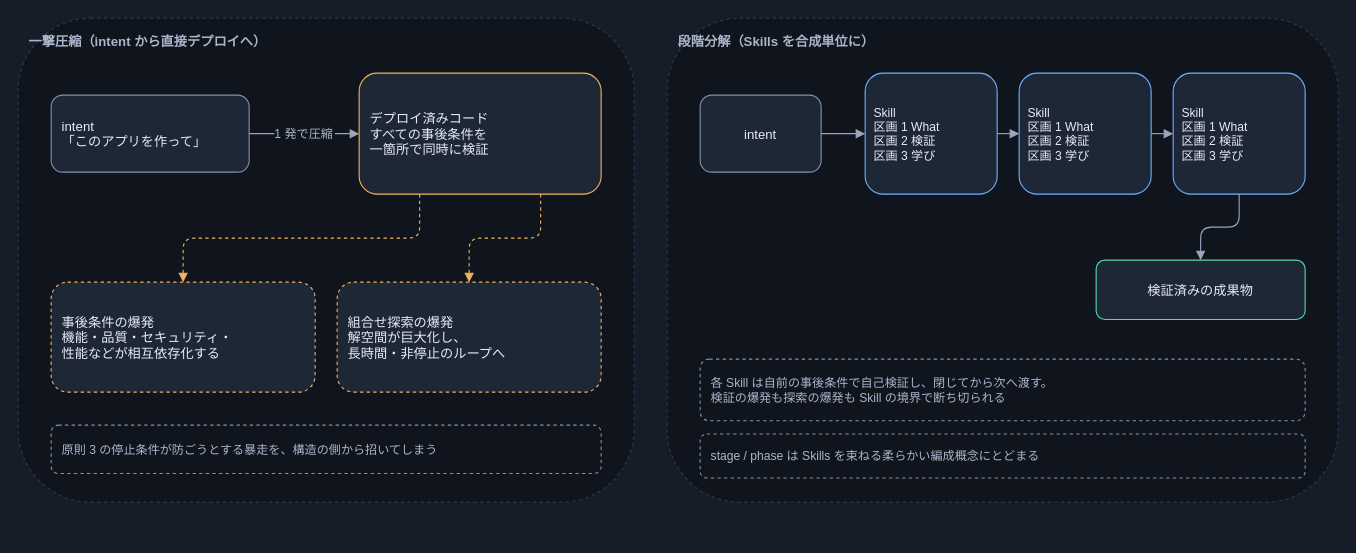
Earlier version of the draw.io diagram docs/diagrams/spec-decomposition.drawio (mazyu36/aidlc-workflows-note). Source tidied: cells renumbered, new cells numbered last; positions are measured from the earlier drawing's top-left corner, leaving out a move shared by most shapes. Both pictures are drawn from the tidied source at 110%, with x=0, y=0 at pixel (18, 18).
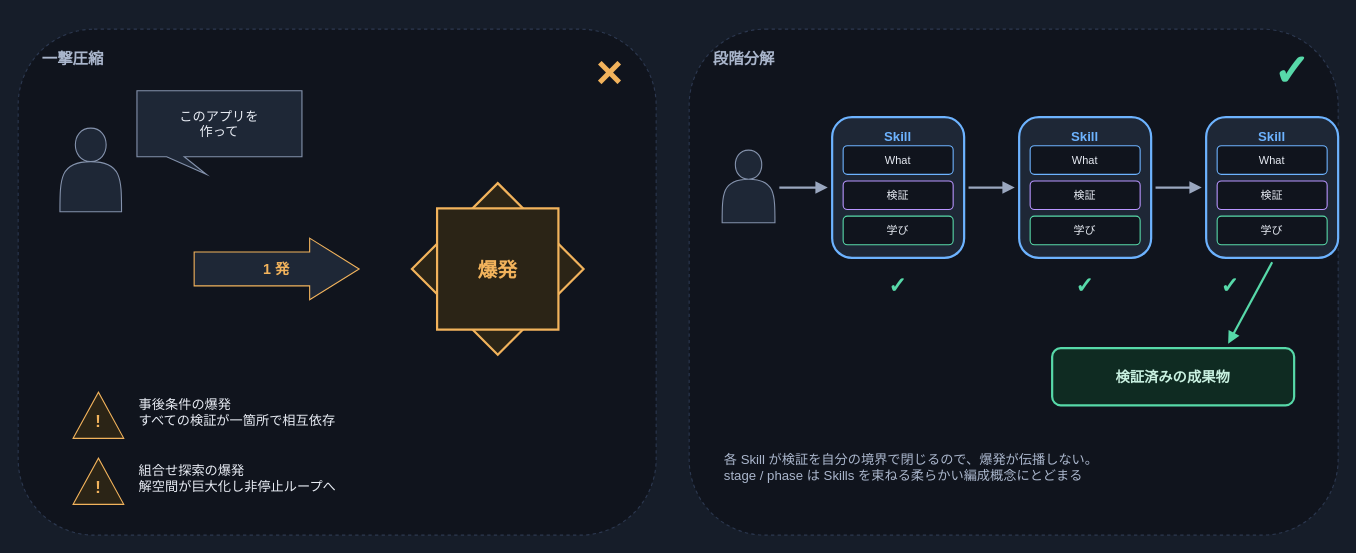
The same diagram, later.

Commit message (it also covers changes not shown here):
Redesign spec diagrams as slide-style pictograms

Change to the diagram source:
```diff
@@
-    <mxCell id="2" value="一撃圧縮（intent から直接デプロイへ）" style="rounded=1;html=0;fillColor=#10141d;strokeColor=#2c3850;dashed=1;verticalAlign=top;align=left;spacing=10;fontColor=#aab6cc;fontSize=12;fontStyle=1;" parent="1" vertex="1">
-      <mxGeometry width="560" height="440" as="geometry" />
+    <mxCell id="2" style="rounded=1;html=0;fillColor=#10141d;strokeColor=#2c3850;dashed=1;" parent="1" vertex="1">
+      <mxGeometry y="10" width="580" height="460" as="geometry" />
     </mxCell>
-    <mxCell id="3" value="intent&#10;「このアプリを作って」" style="rounded=1;html=0;fillColor=#1e2736;strokeColor=#8492ac;fontColor=#e8ecf4;fontSize=12;align=left;spacing=10;verticalAlign=middle;" parent="1" vertex="1">
-      <mxGeometry x="30" y="70" width="180" height="70" as="geometry" />
-    </mxCell>
-    <mxCell id="4" value="デプロイ済みコード&#10;すべての事後条件を&#10;一箇所で同時に検証" style="rounded=1;html=0;fillColor=#1e2736;strokeColor=#f2b35c;fontColor=#e8ecf4;fontSize=12;align=left;spacing=10;verticalAlign=middle;" parent="1" vertex="1">
-      <mxGeometry x="310" y="50" width="220" height="110" as="geometry" />
-    </mxCell>
-    <mxCell id="5" value="事後条件の爆発&#10;機能・品質・セキュリティ・&#10;性能などが相互依存化する" style="rounded=1;html=0;fillColor=#1e2736;strokeColor=#f2b35c;dashed=1;fontColor=#e8ecf4;fontSize=12;align=left;spacing=10;verticalAlign=middle;" parent="1" vertex="1">
-      <mxGeometry x="30" y="240" width="240" height="100" as="geometry" />
-    </mxCell>
-    <mxCell id="6" value="組合せ探索の爆発&#10;解空間が巨大化し、&#10;長時間・非停止のループへ" style="rounded=1;html=0;fillColor=#1e2736;strokeColor=#f2b35c;dashed=1;fontColor=#e8ecf4;fontSize=12;align=left;spacing=10;verticalAlign=middle;" parent="1" vertex="1">
-      <mxGeometry x="290" y="240" width="240" height="100" as="geometry" />
-    </mxCell>
-    <mxCell id="7" value="原則 3 の停止条件が防ごうとする暴走を、構造の側から招いてしまう" style="rounded=1;html=0;fillColor=#10141d;strokeColor=#8492ac;dashed=1;fontColor=#aab6cc;fontSize=11;align=left;spacing=10;verticalAlign=middle;" parent="1" vertex="1">
-      <mxGeometry x="30" y="370" width="500" height="44" as="geometry" />
-    </mxCell>
-    <mxCell id="8" value="1 発で圧縮" style="edgeStyle=orthogonalEdgeStyle;html=0;strokeColor=#9aa7bf;fontColor=#aab6cc;fontSize=11;labelBackgroundColor=#10141d;endArrow=block;rounded=1;exitX=1;exitY=0.5;entryX=0;entryY=0.5;" parent="1" edge="1" source="3" target="4">
-      <mxGeometry relative="1" as="geometry" />
-    </mxCell>
-    <mxCell id="9" style="edgeStyle=orthogonalEdgeStyle;html=0;strokeColor=#f2b35c;dashed=1;endArrow=block;rounded=1;exitX=0.25;exitY=1;entryX=0.5;entryY=0;" parent="1" edge="1" source="4" target="5">
-      <mxGeometry relative="1" as="geometry">
-        <Array as="points">
-          <mxPoint x="150" y="200" />
-        </Array>
-      </mxGeometry>
-    </mxCell>
-    <mxCell id="10" style="edgeStyle=orthogonalEdgeStyle;html=0;strokeColor=#f2b35c;dashed=1;endArrow=block;rounded=1;exitX=0.75;exitY=1;entryX=0.5;entryY=0;" parent="1" edge="1" source="4" target="6">
-      <mxGeometry relative="1" as="geometry" />
-    </mxCell>
+    <mxCell id="23" value="一撃圧縮" style="text;html=0;align=left;fontColor=#aab6cc;fontSize=14;fontStyle=1;" parent="1" vertex="1">
+      <mxGeometry x="20" y="22" width="160" height="26" as="geometry" />
+    </mxCell>
+    <mxCell id="24" value="×" style="text;html=0;align=center;fontColor=#f2b35c;fontSize=42;fontStyle=1;" parent="1" vertex="1">
+      <mxGeometry x="510" y="16" width="56" height="56" as="geometry" />
+    </mxCell>
+    <mxCell id="25" style="shape=actor;html=0;fillColor=#1e2736;strokeColor=#8492ac;" parent="1" vertex="1">
+      <mxGeometry x="38" y="100" width="56" height="76" as="geometry" />
+    </mxCell>
+    <mxCell id="26" value="このアプリを&#10;作って" style="shape=callout;html=0;fillColor=#1e2736;strokeColor=#8492ac;fontColor=#e8ecf4;fontSize=12;position=0.18;position2=0.42;base=16;size=16;" parent="1" vertex="1">
+      <mxGeometry x="108" y="66" width="150" height="76" as="geometry" />
+    </mxCell>
+    <mxCell id="27" value="1 発" style="shape=singleArrow;html=0;arrowWidth=0.55;arrowSize=0.3;fillColor=#1e2736;strokeColor=#f2b35c;fontColor=#f2b35c;fontSize=13;fontStyle=1;" parent="1" vertex="1">
+      <mxGeometry x="160" y="200" width="150" height="56" as="geometry" />
+    </mxCell>
+    <mxCell id="28" style="rhombus;html=0;fillColor=#2b2416;strokeColor=#f2b35c;strokeWidth=2;" parent="1" vertex="1">
+      <mxGeometry x="358" y="150" width="156" height="156" as="geometry" />
+    </mxCell>
+    <mxCell id="29" style="rhombus;html=0;rotation=45;fillColor=#2b2416;strokeColor=#f2b35c;strokeWidth=2;" parent="1" vertex="1">
+      <mxGeometry x="358" y="150" width="156" height="156" as="geometry" />
+    </mxCell>
+    <mxCell id="30" value="爆発" style="text;html=0;align=center;fontColor=#f2b35c;fontSize=18;fontStyle=1;" parent="1" vertex="1">
+      <mxGeometry x="398" y="212" width="76" height="30" as="geometry" />
+    </mxCell>
+    <mxCell id="31" value="!" style="triangle;direction=north;html=0;fillColor=#2b2416;strokeColor=#f2b35c;fontColor=#f2b35c;fontSize=15;fontStyle=1;verticalAlign=middle;spacingTop=10;" parent="1" vertex="1">
+      <mxGeometry x="50" y="340" width="46" height="42" as="geometry" />
+    </mxCell>
+    <mxCell id="32" value="事後条件の爆発&#10;すべての検証が一箇所で相互依存" style="text;html=0;align=left;fontColor=#e8ecf4;fontSize=12;" parent="1" vertex="1">
+      <mxGeometry x="108" y="338" width="260" height="44" as="geometry" />
+    </mxCell>
+    <mxCell id="33" value="!" style="triangle;direction=north;html=0;fillColor=#2b2416;strokeColor=#f2b35c;fontColor=#f2b35c;fontSize=15;fontStyle=1;verticalAlign=middle;spacingTop=10;" parent="1" vertex="1">
+      <mxGeometry x="50" y="400" width="46" height="42" as="geometry" />
+    </mxCell>
+    <mxCell id="34" value="組合せ探索の爆発&#10;解空間が巨大化し非停止ループへ" style="text;html=0;align=left;fontColor=#e8ecf4;fontSize=12;" parent="1" vertex="1">
+      <mxGeometry x="108" y="398" width="260" height="44" as="geometry" />
+    </mxCell>
-    <mxCell id="11" value="段階分解（Skills を合成単位に）" style="rounded=1;html=0;fillColor=#10141d;strokeColor=#2c3850;dashed=1;verticalAlign=top;align=left;spacing=10;fontColor=#aab6cc;fontSize=12;fontStyle=1;" parent="1" vertex="1">
-      <mxGeometry x="590" width="610" height="440" as="geometry" />
+    <mxCell id="11" style="rounded=1;html=0;fillColor=#10141d;strokeColor=#2c3850;dashed=1;" parent="1" vertex="1">
+      <mxGeometry x="610" y="10" width="590" height="460" as="geometry" />
     </mxCell>
-    <mxCell id="12" value="intent" style="rounded=1;html=0;fillColor=#1e2736;strokeColor=#8492ac;fontColor=#e8ecf4;fontSize=12;verticalAlign=middle;" parent="1" vertex="1">
-      <mxGeometry x="620" y="70" width="110" height="70" as="geometry" />
-    </mxCell>
-    <mxCell id="13" value="Skill&#10;区画 1 What&#10;区画 2 検証&#10;区画 3 学び" style="rounded=1;html=0;fillColor=#1e2736;strokeColor=#6db3ff;fontColor=#e8ecf4;fontSize=11;align=left;spacing=8;verticalAlign=middle;" parent="1" vertex="1">
-      <mxGeometry x="770" y="50" width="120" height="110" as="geometry" />
-    </mxCell>
-    <mxCell id="14" value="Skill&#10;区画 1 What&#10;区画 2 検証&#10;区画 3 学び" style="rounded=1;html=0;fillColor=#1e2736;strokeColor=#6db3ff;fontColor=#e8ecf4;fontSize=11;align=left;spacing=8;verticalAlign=middle;" parent="1" vertex="1">
-      <mxGeometry x="910" y="50" width="120" height="110" as="geometry" />
-    </mxCell>
-    <mxCell id="15" value="Skill&#10;区画 1 What&#10;区画 2 検証&#10;区画 3 学び" style="rounded=1;html=0;fillColor=#1e2736;strokeColor=#6db3ff;fontColor=#e8ecf4;fontSize=11;align=left;spacing=8;verticalAlign=middle;" parent="1" vertex="1">
-      <mxGeometry x="1050" y="50" width="120" height="110" as="geometry" />
-    </mxCell>
+    <mxCell id="35" value="段階分解" style="text;html=0;align=left;fontColor=#aab6cc;fontSize=14;fontStyle=1;" parent="1" vertex="1">
+      <mxGeometry x="630" y="22" width="160" height="26" as="geometry" />
+    </mxCell>
+    <mxCell id="36" value="✓" style="text;html=0;align=center;fontColor=#57d9a9;fontSize=40;fontStyle=1;" parent="1" vertex="1">
+      <mxGeometry x="1130" y="16" width="56" height="56" as="geometry" />
+    </mxCell>
+    <mxCell id="37" style="shape=actor;html=0;fillColor=#1e2736;strokeColor=#8492ac;" parent="1" vertex="1">
+      <mxGeometry x="640" y="120" width="48" height="66" as="geometry" />
+    </mxCell>
+    <mxCell id="38" style="rounded=1;html=0;fillColor=#1e2736;strokeColor=#6db3ff;strokeWidth=2;" parent="1" vertex="1">
+      <mxGeometry x="740" y="90" width="120" height="128" as="geometry" />
+    </mxCell>
+    <mxCell id="39" value="Skill" style="text;html=0;align=center;fontColor=#6db3ff;fontSize=12;fontStyle=1;" parent="1" vertex="1">
+      <mxGeometry x="740" y="94" width="120" height="16" as="geometry" />
+    </mxCell>
+    <mxCell id="40" value="What" style="rounded=1;html=0;fillColor=#10141d;strokeColor=#6db3ff;fontColor=#e8ecf4;fontSize=10;" parent="1" vertex="1">
+      <mxGeometry x="750" y="116" width="100" height="26" as="geometry" />
+    </mxCell>
+    <mxCell id="41" value="検証" style="rounded=1;html=0;fillColor=#10141d;strokeColor=#b895ff;fontColor=#e8ecf4;fontSize=10;" parent="1" vertex="1">
+      <mxGeometry x="750" y="148" width="100" height="26" as="geometry" />
+    </mxCell>
+    <mxCell id="42" value="学び" style="rounded=1;html=0;fillColor=#10141d;strokeColor=#57d9a9;fontColor=#e8ecf4;fontSize=10;" parent="1" vertex="1">
+      <mxGeometry x="750" y="180" width="100" height="26" as="geometry" />
+    </mxCell>
+    <mxCell id="43" value="✓" style="text;html=0;align=center;fontColor=#57d9a9;fontSize=20;fontStyle=1;" parent="1" vertex="1">
+      <mxGeometry x="786" y="224" width="28" height="26" as="geometry" />
+    </mxCell>
+    <mxCell id="44" style="rounded=1;html=0;fillColor=#1e2736;strokeColor=#6db3ff;strokeWidth=2;" parent="1" vertex="1">
+      <mxGeometry x="910" y="90" width="120" height="128" as="geometry" />
+    </mxCell>
+    <mxCell id="45" value="Skill" style="text;html=0;align=center;fontColor=#6db3ff;fontSize=12;fontStyle=1;" parent="1" vertex="1">
+      <mxGeometry x="910" y="94" width="120" height="16" as="geometry" />
+    </mxCell>
+    <mxCell id="46" value="What" style="rounded=1;html=0;fillColor=#10141d;strokeColor=#6db3ff;fontColor=#e8ecf4;fontSize=10;" parent="1" vertex="1">
+      <mxGeometry x="920" y="116" width="100" height="26" as="geometry" />
+    </mxCell>
+    <mxCell id="47" value="検証" style="rounded=1;html=0;fillColor=#10141d;strokeColor=#b895ff;fontColor=#e8ecf4;fontSize=10;" parent="1" vertex="1">
+      <mxGeometry x="920" y="148" width="100" height="26" as="geometry" />
+    </mxCell>
+    <mxCell id="48" value="学び" style="rounded=1;html=0;fillColor=#10141d;strokeColor=#57d9a9;fontColor=#e8ecf4;fontSize=10;" parent="1" vertex="1">
+      <mxGeometry x="920" y="180" width="100" height="26" as="geometry" />
+    </mxCell>
+    <mxCell id="49" value="✓" style="text;html=0;align=center;fontColor=#57d9a9;fontSize=20;fontStyle=1;" parent="1" vertex="1">
+      <mxGeometry x="956" y="224" width="28" height="26" as="geometry" />
+    </mxCell>
+    <mxCell id="50" style="rounded=1;html=0;fillColor=#1e2736;strokeColor=#6db3ff;strokeWidth=2;" parent="1" vertex="1">
+      <mxGeometry x="1080" y="90" width="120" height="128" as="geometry" />
+    </mxCell>
+    <mxCell id="51" value="Skill" style="text;html=0;align=center;fontColor=#6db3ff;fontSize=12;fontStyle=1;" parent="1" vertex="1">
+      <mxGeometry x="1080" y="94" width="120" height="16" as="geometry" />
+    </mxCell>
+    <mxCell id="52" value="What" style="rounded=1;html=0;fillColor=#10141d;strokeColor=#6db3ff;fontColor=#e8ecf4;fontSize=10;" parent="1" vertex="1">
+      <mxGeometry x="1090" y="116" width="100" height="26" as="geometry" />
+    </mxCell>
+    <mxCell id="53" value="検証" style="rounded=1;html=0;fillColor=#10141d;strokeColor=#b895ff;fontColor=#e8ecf4;fontSize=10;" parent="1" vertex="1">
+      <mxGeometry x="1090" y="148" width="100" height="26" as="geometry" />
+    </mxCell>
+    <mxCell id="54" value="学び" style="rounded=1;html=0;fillColor=#10141d;strokeColor=#57d9a9;fontColor=#e8ecf4;fontSize=10;" parent="1" vertex="1">
+      <mxGeometry x="1090" y="180" width="100" height="26" as="geometry" />
+    </mxCell>
+    <mxCell id="55" value="✓" style="text;html=0;align=center;fontColor=#57d9a9;fontSize=20;fontStyle=1;" parent="1" vertex="1">
+      <mxGeometry x="1088" y="224" width="28" height="26" as="geometry" />
+    </mxCell>
+    <mxCell id="56" style="html=0;strokeColor=#9aa7bf;strokeWidth=2;endArrow=block;" parent="1" edge="1">
+      <mxGeometry relative="1" as="geometry">
+        <mxPoint x="692" y="154" as="sourcePoint" />
+        <mxPoint x="736" y="154" as="targetPoint" />
+      </mxGeometry>
+    </mxCell>
+    <mxCell id="57" style="html=0;strokeColor=#9aa7bf;strokeWidth=2;endArrow=block;" parent="1" edge="1">
+      <mxGeometry relative="1" as="geometry">
+        <mxPoint x="864" y="154" as="sourcePoint" />
+        <mxPoint x="906" y="154" as="targetPoint" />
+      </mxGeometry>
+    </mxCell>
+    <mxCell id="58" style="html=0;strokeColor=#9aa7bf;strokeWidth=2;endArrow=block;" parent="1" edge="1">
+      <mxGeometry relative="1" as="geometry">
+        <mxPoint x="1034" y="154" as="sourcePoint" />
+        <mxPoint x="1076" y="154" as="targetPoint" />
+      </mxGeometry>
+    </mxCell>
-    <mxCell id="16" value="検証済みの成果物" style="rounded=1;html=0;fillColor=#1e2736;strokeColor=#57d9a9;fontColor=#e8ecf4;fontSize=12;verticalAlign=middle;" parent="1" vertex="1">
-      <mxGeometry x="980" y="220" width="190" height="54" as="geometry" />
+    <mxCell id="16" value="検証済みの成果物" style="rounded=1;html=0;fillColor=#0f2b22;strokeColor=#57d9a9;strokeWidth=2;fontColor=#c8f0e0;fontSize=13;fontStyle=1;" parent="1" vertex="1">
+      <mxGeometry x="940" y="300" width="220" height="52" as="geometry" />
     </mxCell>
-    <mxCell id="17" value="各 Skill は自前の事後条件で自己検証し、閉じてから次へ渡す。&#10;検証の爆発も探索の爆発も Skill の境界で断ち切られる" style="rounded=1;html=0;fillColor=#10141d;strokeColor=#8492ac;dashed=1;fontColor=#aab6cc;fontSize=11;align=left;spacing=10;verticalAlign=middle;" parent="1" vertex="1">
-      <mxGeometry x="620" y="310" width="550" height="56" as="geometry" />
-    </mxCell>
-    <mxCell id="18" value="stage / phase は Skills を束ねる柔らかい編成概念にとどまる" style="rounded=1;html=0;fillColor=#10141d;strokeColor=#8492ac;dashed=1;fontColor=#aab6cc;fontSize=11;align=left;spacing=10;verticalAlign=middle;" parent="1" vertex="1">
-      <mxGeometry x="620" y="378" width="550" height="40" as="geometry" />
-    </mxCell>
-    <mxCell id="19" style="edgeStyle=orthogonalEdgeStyle;html=0;strokeColor=#9aa7bf;endArrow=block;rounded=1;exitX=1;exitY=0.5;entryX=0;entryY=0.5;" parent="1" edge="1" source="12" target="13">
-      <mxGeometry relative="1" as="geometry" />
-    </mxCell>
-    <mxCell id="20" style="edgeStyle=orthogonalEdgeStyle;html=0;strokeColor=#9aa7bf;endArrow=block;rounded=1;exitX=1;exitY=0.5;entryX=0;entryY=0.5;" parent="1" edge="1" source="13" target="14">
-      <mxGeometry relative="1" as="geometry" />
-    </mxCell>
-    <mxCell id="21" style="edgeStyle=orthogonalEdgeStyle;html=0;strokeColor=#9aa7bf;endArrow=block;rounded=1;exitX=1;exitY=0.5;entryX=0;entryY=0.5;" parent="1" edge="1" source="14" target="15">
-      <mxGeometry relative="1" as="geometry" />
-    </mxCell>
-    <mxCell id="22" style="edgeStyle=orthogonalEdgeStyle;html=0;strokeColor=#9aa7bf;endArrow=block;rounded=1;exitX=0.5;exitY=1;entryX=0.5;entryY=0;" parent="1" edge="1" source="15" target="16">
-      <mxGeometry relative="1" as="geometry" />
-    </mxCell>
+    <mxCell id="59" style="html=0;strokeColor=#57d9a9;strokeWidth=2;endArrow=block;" parent="1" edge="1">
+      <mxGeometry relative="1" as="geometry">
+        <mxPoint x="1140" y="222" as="sourcePoint" />
+        <mxPoint x="1100" y="296" as="targetPoint" />
+      </mxGeometry>
+    </mxCell>
+    <mxCell id="60" value="各 Skill が検証を自分の境界で閉じるので、爆発が伝播しない。&#10;stage / phase は Skills を束ねる柔らかい編成概念にとどまる" style="text;html=0;align=left;fontColor=#aab6cc;fontSize=12;" parent="1" vertex="1">
+      <mxGeometry x="640" y="388" width="520" height="50" as="geometry" />
+    </mxCell>
```
